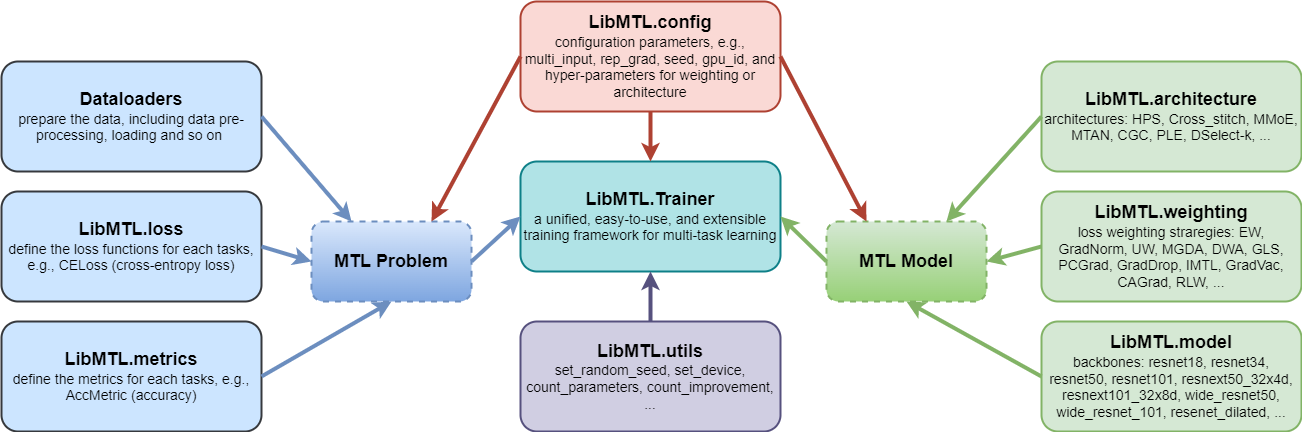
Above: docs/docs/images/framework.png in median-research-group/LibMTL (draw.io), before the change. Source tidied: cells renumbered, new cells last; positions are measured from the earlier drawing's top-left corner, leaving out a move shared by most shapes. Its diagram source:
```xml
<mxGraphModel math="1">
  <root>
    <mxCell id="0" />
    <mxCell id="1" parent="0" />
    <mxCell id="2" value="&lt;div style=&quot;font-size: 18px&quot;&gt;&lt;b&gt;&lt;font style=&quot;font-size: 18px&quot;&gt;LibMTL.&lt;/font&gt;&lt;font style=&quot;font-size: 18px&quot;&gt;weighting&lt;/font&gt;&lt;/b&gt;&lt;/div&gt;&lt;div style=&quot;font-size: 14px&quot;&gt;&lt;font style=&quot;font-size: 14px&quot;&gt;loss weighting straregies: EW, GradNorm, UW, MGDA, DWA, GLS, PCGrad, GradDrop, IMTL, GradVac, CAGrad, RLW, ...&lt;br&gt;&lt;/font&gt;&lt;/div&gt;&lt;font style=&quot;font-size: 14px&quot;&gt;&lt;/font&gt;" style="rounded=1;whiteSpace=wrap;html=1;fillColor=#d5e8d4;strokeColor=#82b366;strokeWidth=2;" parent="1" vertex="1">
      <mxGeometry x="1040" y="190" width="260" height="110" as="geometry" />
    </mxCell>
    <mxCell id="3" value="&lt;div style=&quot;font-size: 18px&quot;&gt;&lt;b&gt;&lt;font style=&quot;font-size: 18px&quot;&gt;LibMTL.architecture&lt;/font&gt;&lt;/b&gt;&lt;/div&gt;&lt;div style=&quot;font-size: 14px&quot;&gt;&lt;font style=&quot;font-size: 14px&quot;&gt;architectures: HPS, Cross_stitch, MMoE, MTAN, CGC, PLE, DSelect-k, ...&lt;br&gt;&lt;/font&gt;&lt;/div&gt;&lt;font style=&quot;font-size: 14px&quot;&gt;&lt;/font&gt;" style="rounded=1;whiteSpace=wrap;html=1;fillColor=#d5e8d4;strokeColor=#82b366;strokeWidth=2;" parent="1" vertex="1">
      <mxGeometry x="1040" y="60" width="260" height="110" as="geometry" />
    </mxCell>
    <mxCell id="4" value="&lt;div style=&quot;font-size: 18px&quot;&gt;&lt;b&gt;&lt;font style=&quot;font-size: 18px&quot;&gt;LibMTL.model&lt;/font&gt;&lt;/b&gt;&lt;/div&gt;&lt;div style=&quot;font-size: 14px&quot;&gt;&lt;font style=&quot;font-size: 14px&quot;&gt;backbones: resnet18, resnet34, resnet50, resnet101, resnext50_32x4d, &lt;/font&gt;&lt;font style=&quot;font-size: 14px&quot;&gt;resnext101_32x8d, wide_resnet50, wide_resnet_101, resenet_dilated, ...&lt;br&gt;&lt;/font&gt;&lt;/div&gt;&lt;font style=&quot;font-size: 14px&quot;&gt;&lt;/font&gt;" style="rounded=1;whiteSpace=wrap;html=1;fillColor=#d5e8d4;strokeColor=#82b366;strokeWidth=2;" parent="1" vertex="1">
      <mxGeometry x="1040" y="320" width="260" height="110" as="geometry" />
    </mxCell>
    <mxCell id="5" value="&lt;div style=&quot;font-size: 18px&quot;&gt;&lt;b&gt;&lt;font style=&quot;font-size: 18px&quot;&gt;LibMTL.config&lt;/font&gt;&lt;/b&gt;&lt;/div&gt;&lt;div style=&quot;font-size: 14px&quot;&gt;&lt;font style=&quot;font-size: 14px&quot;&gt;configuration parameters, e.g., multi_input, rep_grad, seed, gpu_id, and hyper-parameters for weighting or architecture&lt;br&gt;&lt;/font&gt;&lt;/div&gt;&lt;font style=&quot;font-size: 14px&quot;&gt;&lt;/font&gt;" style="rounded=1;whiteSpace=wrap;html=1;fillColor=#fad9d5;strokeColor=#ae4132;strokeWidth=2;" parent="1" vertex="1">
      <mxGeometry x="519" width="260" height="110" as="geometry" />
    </mxCell>
    <mxCell id="6" value="&lt;div style=&quot;font-size: 18px&quot;&gt;&lt;b&gt;&lt;font style=&quot;font-size: 18px&quot;&gt;LibMTL.Trainer&lt;/font&gt;&lt;/b&gt;&lt;/div&gt;&lt;div style=&quot;font-size: 14px&quot;&gt;&lt;font style=&quot;font-size: 14px&quot;&gt;a unified, easy-to-use, and extensible training framework for multi-task learning&lt;br&gt;&lt;/font&gt;&lt;/div&gt;&lt;font style=&quot;font-size: 14px&quot;&gt;&lt;/font&gt;" style="rounded=1;whiteSpace=wrap;html=1;fillColor=#b0e3e6;strokeColor=#0e8088;strokeWidth=2;" parent="1" vertex="1">
      <mxGeometry x="519" y="160" width="260" height="110" as="geometry" />
    </mxCell>
    <mxCell id="7" value="&lt;b&gt;&lt;font style=&quot;font-size: 18px&quot;&gt;MTL Model&lt;/font&gt;&lt;br&gt;&lt;/b&gt;" style="rounded=1;whiteSpace=wrap;html=1;fillColor=#d5e8d4;strokeColor=#82b366;dashed=1;strokeWidth=2;gradientColor=#97d077;" parent="1" vertex="1">
      <mxGeometry x="825" y="220" width="160" height="80" as="geometry" />
    </mxCell>
    <mxCell id="8" value="&lt;b&gt;&lt;font style=&quot;font-size: 18px&quot;&gt;MTL Problem&lt;br&gt;&lt;/font&gt;&lt;/b&gt;" style="rounded=1;whiteSpace=wrap;html=1;fillColor=#dae8fc;strokeColor=#6c8ebf;dashed=1;strokeWidth=2;gradientColor=#7ea6e0;" parent="1" vertex="1">
      <mxGeometry x="310" y="220" width="160" height="80" as="geometry" />
    </mxCell>
    <mxCell id="9" value="&lt;div style=&quot;font-size: 18px&quot;&gt;&lt;b&gt;&lt;font style=&quot;font-size: 18px&quot;&gt;LibMTL.loss&lt;/font&gt;&lt;/b&gt;&lt;/div&gt;&lt;div style=&quot;font-size: 14px&quot;&gt;&lt;font style=&quot;font-size: 14px&quot;&gt;define the loss functions for each tasks, e.g., CELoss (cross-entropy loss)&lt;br&gt;&lt;/font&gt;&lt;/div&gt;&lt;font style=&quot;font-size: 14px&quot;&gt;&lt;/font&gt;" style="rounded=1;whiteSpace=wrap;html=1;fillColor=#cce5ff;strokeColor=#36393d;strokeWidth=2;" parent="1" vertex="1">
      <mxGeometry y="190" width="260" height="110" as="geometry" />
    </mxCell>
    <mxCell id="10" value="&lt;div style=&quot;font-size: 18px&quot;&gt;&lt;b&gt;&lt;font style=&quot;font-size: 18px&quot;&gt;LibMTL.metrics&lt;/font&gt;&lt;/b&gt;&lt;/div&gt;&lt;div style=&quot;font-size: 14px&quot;&gt;&lt;font style=&quot;font-size: 14px&quot;&gt;define the metrics for each tasks, e.g., AccMetric (accuracy)&lt;br&gt;&lt;/font&gt;&lt;/div&gt;&lt;font style=&quot;font-size: 14px&quot;&gt;&lt;/font&gt;" style="rounded=1;whiteSpace=wrap;html=1;fillColor=#cce5ff;strokeColor=#36393d;strokeWidth=2;" parent="1" vertex="1">
      <mxGeometry y="320" width="260" height="110" as="geometry" />
    </mxCell>
    <mxCell id="11" value="&lt;font size=&quot;1&quot;&gt;&lt;b style=&quot;font-size: 18px&quot;&gt;Dataloaders&lt;/b&gt;&lt;/font&gt;&lt;div style=&quot;font-size: 14px&quot;&gt;&lt;font style=&quot;font-size: 14px&quot;&gt;prepare the data, including data pre-processing, loading and so on &lt;br&gt;&lt;/font&gt;&lt;/div&gt;&lt;font style=&quot;font-size: 14px&quot;&gt;&lt;/font&gt;" style="rounded=1;whiteSpace=wrap;html=1;fillColor=#cce5ff;strokeColor=#36393d;strokeWidth=2;" parent="1" vertex="1">
      <mxGeometry y="60" width="260" height="110" as="geometry" />
    </mxCell>
    <mxCell id="12" style="endArrow=classic;html=1;rounded=0;fontSize=18;fontColor=#FFFFFF;strokeWidth=4;strokeColor=#82B366;exitX=0;exitY=0.5;exitDx=0;exitDy=0;entryX=0.5;entryY=1;entryDx=0;entryDy=0;" parent="1" edge="1" source="4" target="7">
      <mxGeometry relative="1" as="geometry" />
    </mxCell>
    <mxCell id="13" style="endArrow=classic;html=1;rounded=0;fontSize=18;fontColor=#FFFFFF;strokeColor=#82B366;strokeWidth=4;exitX=0;exitY=0.5;exitDx=0;exitDy=0;entryX=1;entryY=0.5;entryDx=0;entryDy=0;" parent="1" edge="1" source="2" target="7">
      <mxGeometry relative="1" as="geometry" />
    </mxCell>
    <mxCell id="14" style="endArrow=classic;html=1;rounded=0;fontSize=18;fontColor=#FFFFFF;strokeColor=#82B366;strokeWidth=4;exitX=0;exitY=0.5;exitDx=0;exitDy=0;entryX=0.75;entryY=0;entryDx=0;entryDy=0;" parent="1" edge="1" source="3" target="7">
      <mxGeometry relative="1" as="geometry" />
    </mxCell>
    <mxCell id="15" style="endArrow=classic;html=1;rounded=0;fontSize=18;fontColor=#FFFFFF;strokeColor=#6C8EBF;strokeWidth=4;exitX=1;exitY=0.5;exitDx=0;exitDy=0;entryX=0.5;entryY=1;entryDx=0;entryDy=0;" parent="1" edge="1" source="10" target="8">
      <mxGeometry relative="1" as="geometry" />
    </mxCell>
    <mxCell id="16" style="endArrow=classic;html=1;rounded=0;fontSize=18;fontColor=#FFFFFF;strokeColor=#6C8EBF;strokeWidth=4;exitX=1;exitY=0.5;exitDx=0;exitDy=0;entryX=0;entryY=0.5;entryDx=0;entryDy=0;" parent="1" edge="1" source="9" target="8">
      <mxGeometry relative="1" as="geometry" />
    </mxCell>
    <mxCell id="17" style="endArrow=classic;html=1;rounded=0;fontSize=18;fontColor=#FFFFFF;strokeColor=#6C8EBF;strokeWidth=4;exitX=1;exitY=0.5;exitDx=0;exitDy=0;entryX=0.25;entryY=0;entryDx=0;entryDy=0;" parent="1" edge="1" source="11" target="8">
      <mxGeometry relative="1" as="geometry" />
    </mxCell>
    <mxCell id="18" style="endArrow=classic;html=1;rounded=0;fontSize=18;fontColor=#FFFFFF;strokeColor=#AE4132;strokeWidth=4;exitX=0;exitY=0.5;exitDx=0;exitDy=0;entryX=0.75;entryY=0;entryDx=0;entryDy=0;" parent="1" edge="1" source="5" target="8">
      <mxGeometry relative="1" as="geometry" />
    </mxCell>
    <mxCell id="19" style="endArrow=classic;html=1;rounded=0;fontSize=18;fontColor=#FFFFFF;strokeColor=#AE4132;strokeWidth=4;exitX=1;exitY=0.5;exitDx=0;exitDy=0;entryX=0.25;entryY=0;entryDx=0;entryDy=0;" parent="1" edge="1" source="5" target="7">
      <mxGeometry relative="1" as="geometry" />
    </mxCell>
    <mxCell id="20" value="&lt;div style=&quot;font-size: 18px&quot;&gt;&lt;b&gt;&lt;font style=&quot;font-size: 18px&quot;&gt;LibMTL.utils&lt;/font&gt;&lt;/b&gt;&lt;/div&gt;&lt;div style=&quot;font-size: 14px&quot;&gt;&lt;font style=&quot;font-size: 14px&quot;&gt;set_random_seed, set_device, count_parameters, count_improvement, ...&lt;br&gt;&lt;/font&gt;&lt;/div&gt;&lt;font style=&quot;font-size: 14px&quot;&gt;&lt;/font&gt;" style="rounded=1;whiteSpace=wrap;html=1;fillColor=#d0cee2;strokeColor=#56517e;strokeWidth=2;" parent="1" vertex="1">
      <mxGeometry x="519" y="320" width="260" height="110" as="geometry" />
    </mxCell>
    <mxCell id="21" style="endArrow=classic;html=1;rounded=0;fontSize=18;fontColor=#FFFFFF;strokeColor=#AE4132;strokeWidth=4;exitX=0.5;exitY=1;exitDx=0;exitDy=0;entryX=0.5;entryY=0;entryDx=0;entryDy=0;" parent="1" edge="1" source="5" target="6">
      <mxGeometry relative="1" as="geometry" />
    </mxCell>
    <mxCell id="22" style="endArrow=classic;html=1;rounded=0;fontSize=18;fontColor=#FFFFFF;strokeColor=#56517E;strokeWidth=4;exitX=0.5;exitY=0;exitDx=0;exitDy=0;entryX=0.5;entryY=1;entryDx=0;entryDy=0;" parent="1" edge="1" source="20" target="6">
      <mxGeometry relative="1" as="geometry" />
    </mxCell>
    <mxCell id="23" style="endArrow=classic;html=1;rounded=0;fontSize=18;fontColor=#FFFFFF;strokeColor=#6C8EBF;strokeWidth=4;exitX=1;exitY=0.5;exitDx=0;exitDy=0;entryX=0;entryY=0.5;entryDx=0;entryDy=0;" parent="1" edge="1" source="8" target="6">
      <mxGeometry relative="1" as="geometry" />
    </mxCell>
    <mxCell id="24" style="endArrow=classic;html=1;rounded=0;fontSize=18;fontColor=#FFFFFF;strokeColor=#82B366;strokeWidth=4;exitX=0;exitY=0.5;exitDx=0;exitDy=0;entryX=1;entryY=0.5;entryDx=0;entryDy=0;" parent="1" edge="1" source="7" target="6">
      <mxGeometry relative="1" as="geometry" />
    </mxCell>
  </root>
</mxGraphModel>
```
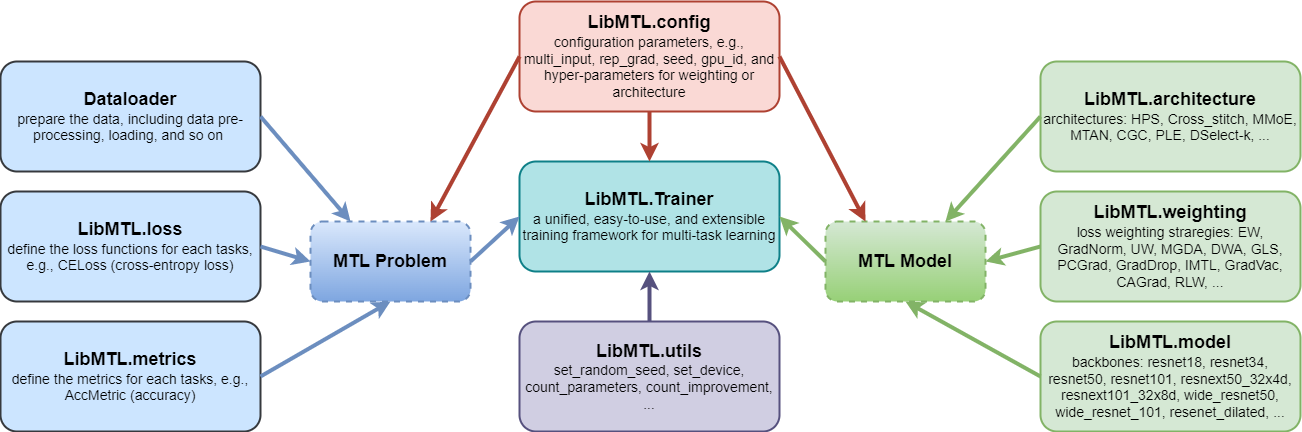
Above is the later version.

Diff of the diagram source:
```diff
@@ -29,7 +29,7 @@
     <mxCell id="10" value="&lt;div style=&quot;font-size: 18px&quot;&gt;&lt;b&gt;&lt;font style=&quot;font-size: 18px&quot;&gt;LibMTL.metrics&lt;/font&gt;&lt;/b&gt;&lt;/div&gt;&lt;div style=&quot;font-size: 14px&quot;&gt;&lt;font style=&quot;font-size: 14px&quot;&gt;define the metrics for each tasks, e.g., AccMetric (accuracy)&lt;br&gt;&lt;/font&gt;&lt;/div&gt;&lt;font style=&quot;font-size: 14px&quot;&gt;&lt;/font&gt;" style="rounded=1;whiteSpace=wrap;html=1;fillColor=#cce5ff;strokeColor=#36393d;strokeWidth=2;" parent="1" vertex="1">
       <mxGeometry y="320" width="260" height="110" as="geometry" />
     </mxCell>
-    <mxCell id="11" value="&lt;font size=&quot;1&quot;&gt;&lt;b style=&quot;font-size: 18px&quot;&gt;Dataloaders&lt;/b&gt;&lt;/font&gt;&lt;div style=&quot;font-size: 14px&quot;&gt;&lt;font style=&quot;font-size: 14px&quot;&gt;prepare the data, including data pre-processing, loading and so on &lt;br&gt;&lt;/font&gt;&lt;/div&gt;&lt;font style=&quot;font-size: 14px&quot;&gt;&lt;/font&gt;" style="rounded=1;whiteSpace=wrap;html=1;fillColor=#cce5ff;strokeColor=#36393d;strokeWidth=2;" parent="1" vertex="1">
+    <mxCell id="11" value="&lt;font size=&quot;1&quot;&gt;&lt;b style=&quot;font-size: 18px&quot;&gt;Dataloader&lt;/b&gt;&lt;/font&gt;&lt;div style=&quot;font-size: 14px&quot;&gt;&lt;font style=&quot;font-size: 14px&quot;&gt;prepare the data, including data pre-processing, loading, and so on &lt;br&gt;&lt;/font&gt;&lt;/div&gt;&lt;font style=&quot;font-size: 14px&quot;&gt;&lt;/font&gt;" style="rounded=1;whiteSpace=wrap;html=1;fillColor=#cce5ff;strokeColor=#36393d;strokeWidth=2;" parent="1" vertex="1">
       <mxGeometry y="60" width="260" height="110" as="geometry" />
     </mxCell>
     <mxCell id="12" style="endArrow=classic;html=1;rounded=0;fontSize=18;fontColor=#FFFFFF;strokeWidth=4;strokeColor=#82B366;exitX=0;exitY=0.5;exitDx=0;exitDy=0;entryX=0.5;entryY=1;entryDx=0;entryDy=0;" parent="1" edge="1" source="4" target="7">
```
